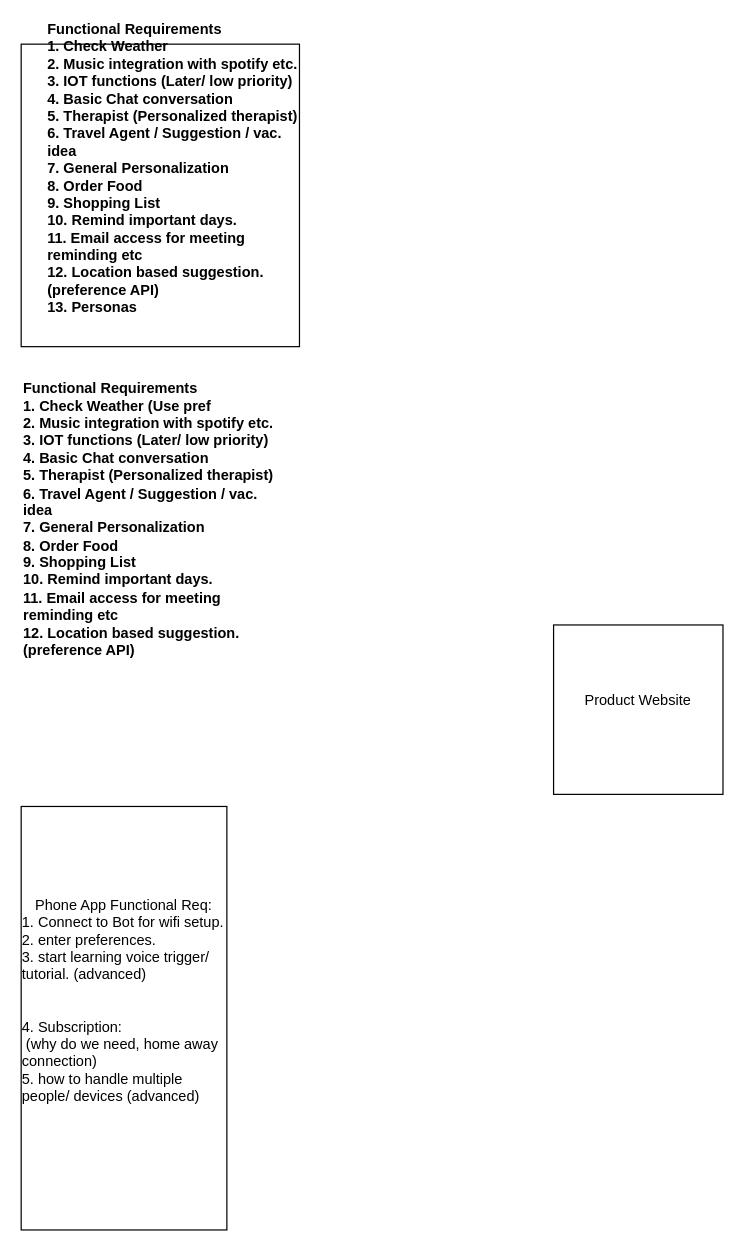
Before: page "Page-1" (1 of 2) of SoftwareDesign.drawio in kavinbala96/chatBot, a draw.io diagram. Source tidied: cells renumbered, new cells numbered last; positions are measured from the earlier drawing's top-left corner, leaving out a move shared by most shapes. Both pictures are drawn from the tidied source at 121%, with x=0, y=0 at pixel (21, 44).
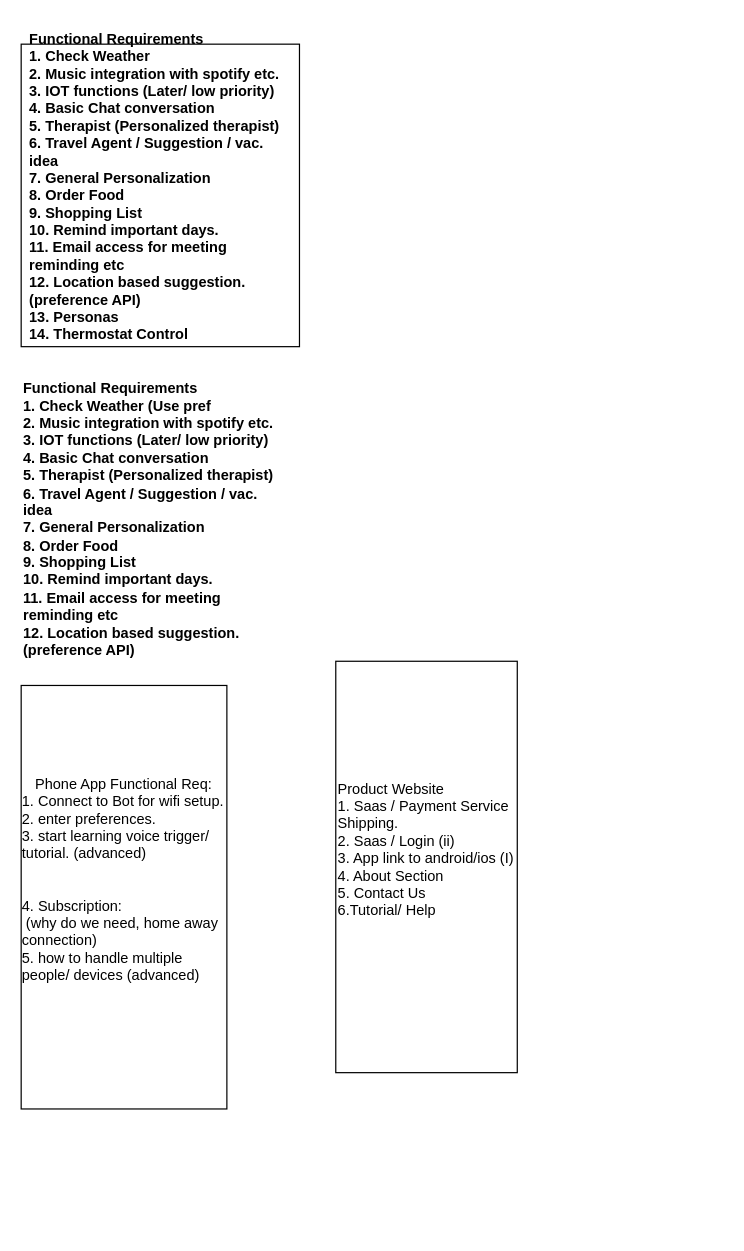
The same page after the edit.

Diff of the diagram source:
```diff
@@
 <mxGraphModel>
   <root>
     <mxCell id="0" />
     <mxCell id="1" parent="0" />
     <mxCell id="2" style="rounded=0;whiteSpace=wrap;html=1;" parent="1" vertex="1">
       <mxGeometry width="230" height="250" as="geometry" />
     </mxCell>
-    <mxCell id="3" value="&lt;div align=&quot;left&quot;&gt;&lt;b&gt;Functional Requirements&lt;/b&gt;&lt;/div&gt;&lt;div align=&quot;left&quot;&gt;&lt;b&gt;1. Check Weather&lt;/b&gt;&lt;/div&gt;&lt;div align=&quot;left&quot;&gt;&lt;b&gt;2. Music integration with spotify etc.&lt;/b&gt;&lt;/div&gt;&lt;div align=&quot;left&quot;&gt;&lt;b&gt;3. IOT functions (Later/ low priority)&lt;/b&gt;&lt;/div&gt;&lt;div align=&quot;left&quot;&gt;&lt;b&gt;4. Basic Chat conversation&lt;/b&gt;&lt;/div&gt;&lt;div align=&quot;left&quot;&gt;&lt;b&gt;5. Therapist (Personalized therapist)&lt;/b&gt;&lt;/div&gt;&lt;div align=&quot;left&quot;&gt;&lt;b&gt;6. Travel Agent / Suggestion / vac. idea &lt;br&gt;&lt;/b&gt;&lt;/div&gt;&lt;div align=&quot;left&quot;&gt;&lt;b&gt;7. General Personalization&lt;/b&gt;&lt;/div&gt;&lt;div align=&quot;left&quot;&gt;&lt;b&gt;8. Order Food&lt;/b&gt;&lt;/div&gt;&lt;div align=&quot;left&quot;&gt;&lt;b&gt;9. Shopping List&lt;/b&gt;&lt;/div&gt;&lt;div align=&quot;left&quot;&gt;&lt;b&gt;10. Remind important days.&lt;/b&gt;&lt;/div&gt;&lt;div align=&quot;left&quot;&gt;&lt;b&gt;11. Email access for meeting reminding etc&lt;/b&gt;&lt;/div&gt;&lt;div align=&quot;left&quot;&gt;&lt;b&gt;12. Location based suggestion. (preference API)&lt;/b&gt;&lt;/div&gt;&lt;div align=&quot;left&quot;&gt;&lt;b&gt;13. Personas&lt;br&gt;&lt;/b&gt;&lt;/div&gt;&lt;div align=&quot;left&quot;&gt;&lt;b&gt;&amp;nbsp;&amp;nbsp;&amp;nbsp;&amp;nbsp;&amp;nbsp; &lt;br&gt;&lt;/b&gt;&lt;/div&gt;" style="text;html=1;align=left;verticalAlign=middle;whiteSpace=wrap;rounded=0;" parent="1" vertex="1">
-      <mxGeometry x="20" width="220" height="220" as="geometry" />
+    <mxCell id="3" value="&lt;div align=&quot;left&quot;&gt;&lt;b&gt;Functional Requirements&lt;/b&gt;&lt;/div&gt;&lt;div align=&quot;left&quot;&gt;&lt;b&gt;1. Check Weather&lt;/b&gt;&lt;/div&gt;&lt;div align=&quot;left&quot;&gt;&lt;b&gt;2. Music integration with spotify etc.&lt;/b&gt;&lt;/div&gt;&lt;div align=&quot;left&quot;&gt;&lt;b&gt;3. IOT functions (Later/ low priority)&lt;/b&gt;&lt;/div&gt;&lt;div align=&quot;left&quot;&gt;&lt;b&gt;4. Basic Chat conversation&lt;/b&gt;&lt;/div&gt;&lt;div align=&quot;left&quot;&gt;&lt;b&gt;5. Therapist (Personalized therapist)&lt;/b&gt;&lt;/div&gt;&lt;div align=&quot;left&quot;&gt;&lt;b&gt;6. Travel Agent / Suggestion / vac. idea &lt;br&gt;&lt;/b&gt;&lt;/div&gt;&lt;div align=&quot;left&quot;&gt;&lt;b&gt;7. General Personalization&lt;/b&gt;&lt;/div&gt;&lt;div align=&quot;left&quot;&gt;&lt;b&gt;8. Order Food&lt;/b&gt;&lt;/div&gt;&lt;div align=&quot;left&quot;&gt;&lt;b&gt;9. Shopping List&lt;/b&gt;&lt;/div&gt;&lt;div align=&quot;left&quot;&gt;&lt;b&gt;10. Remind important days.&lt;/b&gt;&lt;/div&gt;&lt;div align=&quot;left&quot;&gt;&lt;b&gt;11. Email access for meeting reminding etc&lt;/b&gt;&lt;/div&gt;&lt;div align=&quot;left&quot;&gt;&lt;b&gt;12. Location based suggestion. (preference API)&lt;/b&gt;&lt;/div&gt;&lt;div align=&quot;left&quot;&gt;&lt;b&gt;13. Personas&lt;br&gt;&lt;/b&gt;&lt;/div&gt;&lt;div align=&quot;left&quot;&gt;&lt;b&gt;14. Thermostat Control&lt;br&gt;&lt;/b&gt;&lt;/div&gt;&lt;div align=&quot;left&quot;&gt;&lt;b&gt;&amp;nbsp;&amp;nbsp;&amp;nbsp;&amp;nbsp;&amp;nbsp; &lt;br&gt;&lt;/b&gt;&lt;/div&gt;" style="text;html=1;align=left;verticalAlign=middle;whiteSpace=wrap;rounded=0;" parent="1" vertex="1">
+      <mxGeometry x="5" y="10" width="220" height="230" as="geometry" />
     </mxCell>
     <mxCell id="4" value="&lt;div align=&quot;left&quot;&gt;&lt;b&gt;Functional Requirements&lt;/b&gt;&lt;/div&gt;&lt;div align=&quot;left&quot;&gt;&lt;b&gt;1. Check Weather (Use pref&lt;br&gt;&lt;/b&gt;&lt;/div&gt;&lt;div align=&quot;left&quot;&gt;&lt;b&gt;2. Music integration with spotify etc.&lt;/b&gt;&lt;/div&gt;&lt;div align=&quot;left&quot;&gt;&lt;b&gt;3. IOT functions (Later/ low priority)&lt;/b&gt;&lt;/div&gt;&lt;div align=&quot;left&quot;&gt;&lt;b&gt;4. Basic Chat conversation&lt;/b&gt;&lt;/div&gt;&lt;div align=&quot;left&quot;&gt;&lt;b&gt;5. Therapist (Personalized therapist)&lt;/b&gt;&lt;/div&gt;&lt;div align=&quot;left&quot;&gt;&lt;b&gt;6. Travel Agent / Suggestion / vac. idea &lt;br&gt;&lt;/b&gt;&lt;/div&gt;&lt;div align=&quot;left&quot;&gt;&lt;b&gt;7. General Personalization&lt;/b&gt;&lt;/div&gt;&lt;div align=&quot;left&quot;&gt;&lt;b&gt;8. Order Food&lt;/b&gt;&lt;/div&gt;&lt;div align=&quot;left&quot;&gt;&lt;b&gt;9. Shopping List&lt;/b&gt;&lt;/div&gt;&lt;div align=&quot;left&quot;&gt;&lt;b&gt;10. Remind important days.&lt;/b&gt;&lt;/div&gt;&lt;div align=&quot;left&quot;&gt;&lt;b&gt;11. Email access for meeting reminding etc&lt;/b&gt;&lt;/div&gt;&lt;div align=&quot;left&quot;&gt;&lt;b&gt;12. Location based suggestion. (preference API)&lt;/b&gt;&lt;/div&gt;&lt;div align=&quot;left&quot;&gt;&lt;b&gt;&amp;nbsp;&amp;nbsp;&amp;nbsp;&amp;nbsp;&amp;nbsp; &lt;br&gt;&lt;/b&gt;&lt;/div&gt;" style="text;html=1;align=left;verticalAlign=middle;whiteSpace=wrap;rounded=0;" parent="1" vertex="1">
       <mxGeometry y="290" width="220" height="220" as="geometry" />
     </mxCell>
     <mxCell id="5" value="&lt;div&gt;Phone App Functional Req:&lt;/div&gt;&lt;div align=&quot;left&quot;&gt;1. Connect to Bot for wifi setup.&lt;/div&gt;&lt;div align=&quot;left&quot;&gt;2. enter preferences.&lt;/div&gt;&lt;div align=&quot;left&quot;&gt;3. start learning voice trigger/ tutorial. (advanced)&lt;br&gt;&lt;br&gt;&lt;br&gt;&lt;/div&gt;&lt;div align=&quot;left&quot;&gt;4. Subscription:&lt;/div&gt;&lt;div align=&quot;left&quot;&gt;&amp;nbsp;(why do we need, home away connection)&lt;/div&gt;&lt;div align=&quot;left&quot;&gt;5. how to handle multiple people/ devices (advanced)&lt;br&gt;&lt;/div&gt;&lt;div align=&quot;left&quot;&gt;&lt;br&gt;&lt;/div&gt;&lt;div&gt;&lt;br&gt;&lt;/div&gt;" style="whiteSpace=wrap;html=1;" parent="1" vertex="1">
-      <mxGeometry y="630" width="170" height="350" as="geometry" />
+      <mxGeometry y="530" width="170" height="350" as="geometry" />
     </mxCell>
-    <mxCell id="6" value="&lt;div&gt;Product Website&lt;br&gt;&lt;/div&gt;&lt;div&gt;&lt;br&gt;&lt;/div&gt;" style="whiteSpace=wrap;html=1;" parent="1" vertex="1">
-      <mxGeometry x="440" y="480" width="140" height="140" as="geometry" />
+    <mxCell id="6" value="&lt;div align=&quot;left&quot;&gt;Product Website&lt;/div&gt;&lt;div align=&quot;left&quot;&gt;1. Saas / Payment Service Shipping.&lt;br&gt;&lt;/div&gt;&lt;div align=&quot;left&quot;&gt;2. Saas / Login (ii)&lt;br&gt;&lt;/div&gt;&lt;div align=&quot;left&quot;&gt;3. App link to android/ios (I)&lt;/div&gt;&lt;div align=&quot;left&quot;&gt;4. About Section&lt;/div&gt;&lt;div align=&quot;left&quot;&gt;5. Contact Us&lt;/div&gt;&lt;div align=&quot;left&quot;&gt;6.Tutorial/ Help&lt;br&gt;&lt;/div&gt;&lt;div align=&quot;left&quot;&gt;&lt;br&gt;&lt;/div&gt;&lt;div align=&quot;left&quot;&gt;&lt;br&gt;&lt;/div&gt;" style="whiteSpace=wrap;html=1;align=left;" parent="1" vertex="1">
+      <mxGeometry x="260" y="510" width="150" height="340" as="geometry" />
     </mxCell>
   </root>
 </mxGraphModel>
```
